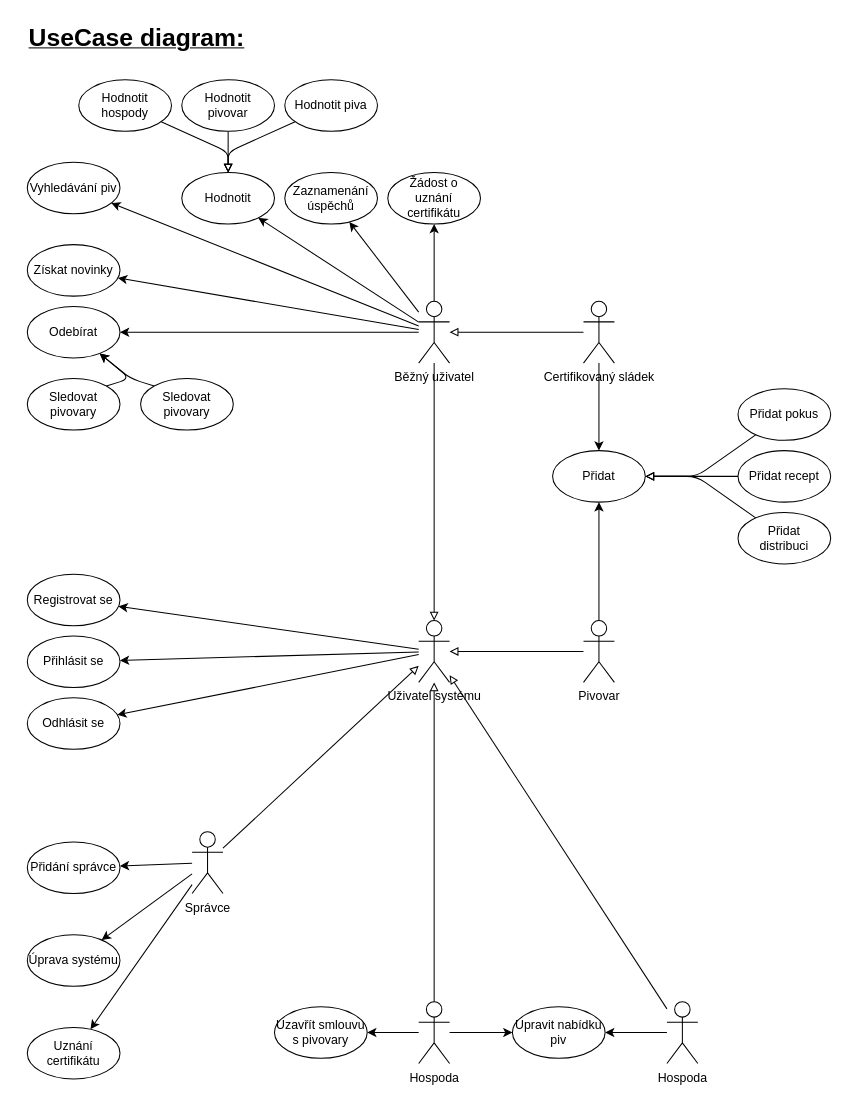
The draw.io diagram IUS/IUS_projekt/UseCase.drawio in dan1235689/Diagrams, before the edit. Source tidied: cells renumbered, new cells numbered last; positions are measured from the earlier drawing's top-left corner, leaving out a move shared by most shapes. Both pictures are drawn from the tidied source at 103%, with x=0, y=0 at pixel (18, 18).
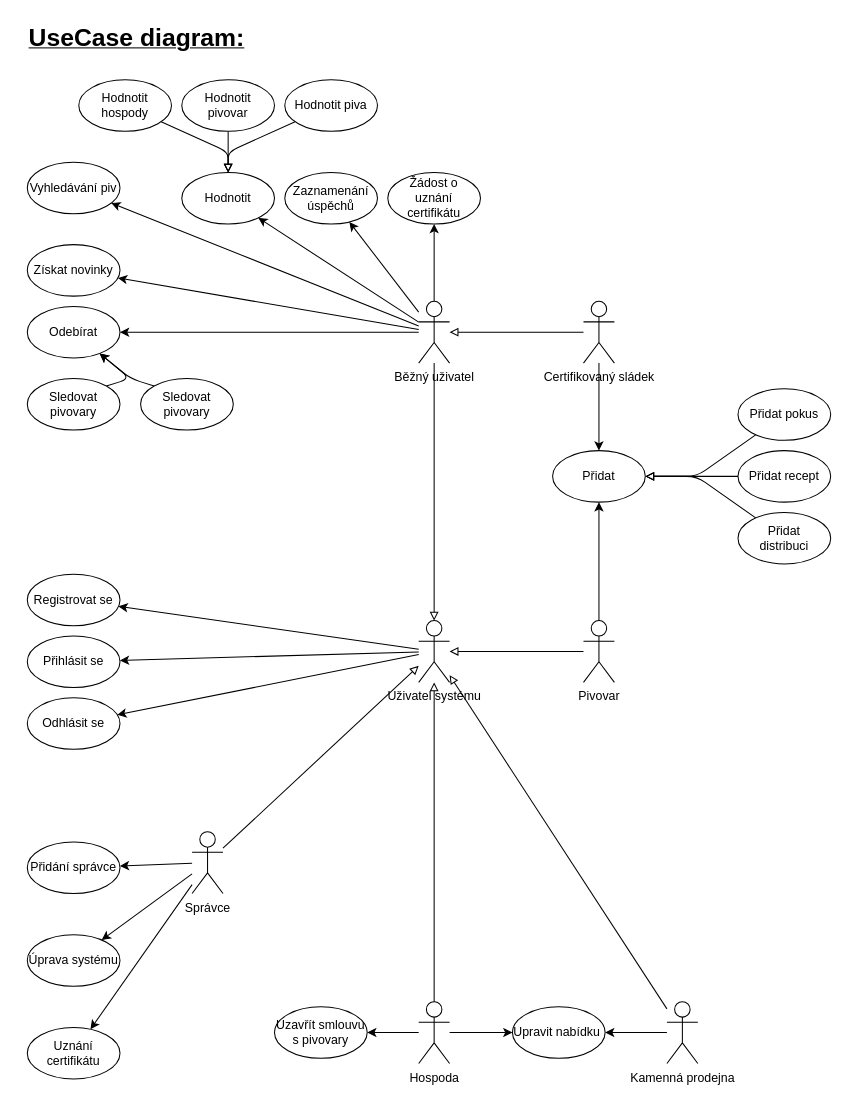
The same page after the edit.

The edit, as a diff of the source:
```diff
@@
-    <mxCell id="62" value="Hospoda" style="shape=umlActor;verticalLabelPosition=bottom;verticalAlign=top;html=1;outlineConnect=0;" parent="1" vertex="1">
+    <mxCell id="62" value="Kamenná prodejna" style="shape=umlActor;verticalLabelPosition=bottom;verticalAlign=top;html=1;outlineConnect=0;" parent="1" vertex="1">
       <mxGeometry x="630" y="955" width="30" height="60" as="geometry" />
     </mxCell>
-    <mxCell id="63" value="Upravit nabídku piv" style="ellipse;whiteSpace=wrap;html=1;" parent="1" vertex="1">
+    <mxCell id="63" value="Upravit nabídku&amp;nbsp;" style="ellipse;whiteSpace=wrap;html=1;" parent="1" vertex="1">
       <mxGeometry x="480" y="960" width="90" height="50" as="geometry" />
     </mxCell>
```
